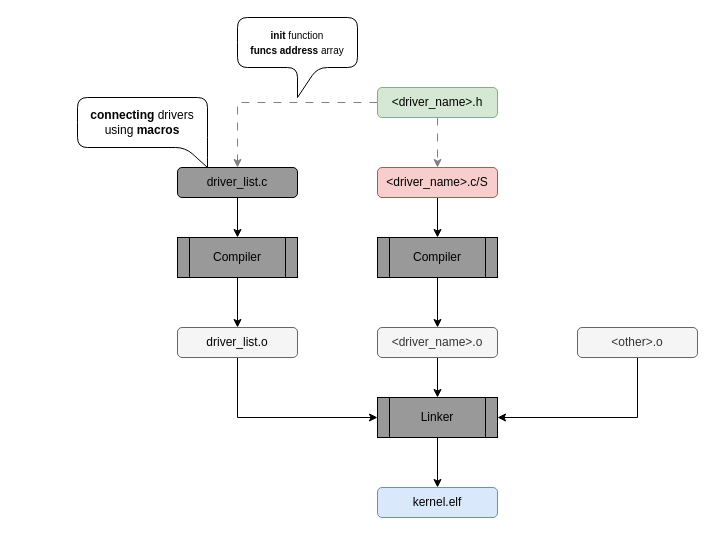
This is docs/drivers/driver_connect.drawio from Osssy010101/kosmos, a draw.io file, before an edit. Source tidied: cells renumbered, new cells numbered last; positions are measured from the earlier drawing's top-left corner, leaving out a move shared by most shapes. Both pictures are drawn from the tidied source at 100%, with x=0, y=0 at pixel (77, 17).
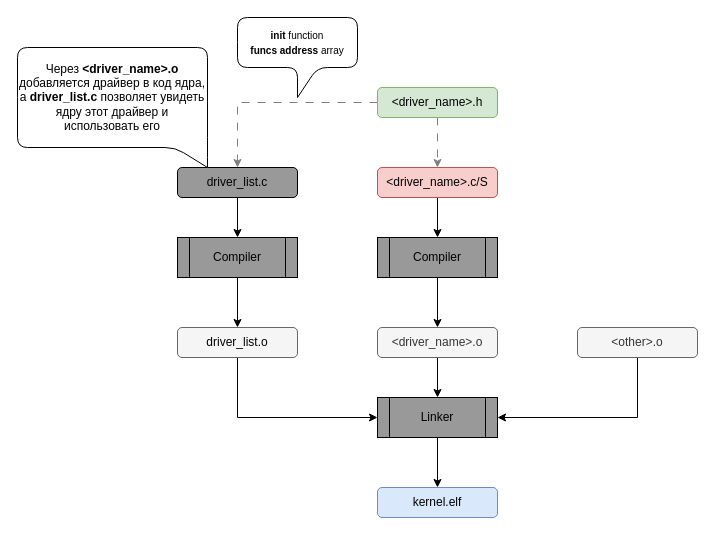
The same diagram, later.

Commit message (it also covers changes not shown here):
docs: добавлена структура, переименование pdf и изменение схемы

The edit, as a diff of the source:
```diff
@@
-    <mxCell id="23" value="&lt;b&gt;connecting&lt;/b&gt; drivers using &lt;b&gt;macros&lt;/b&gt;" style="shape=callout;whiteSpace=wrap;html=1;perimeter=calloutPerimeter;rounded=1;shadow=0;position2=1;base=60;size=20;position=0.83;" parent="1" vertex="1">
-      <mxGeometry y="80" width="130" height="70" as="geometry" />
+    <mxCell id="23" value="Через &lt;b&gt;&amp;lt;driver_name&amp;gt;.o&lt;/b&gt; добавляется драйвер в код ядра, а &lt;b&gt;driver_list.c&lt;/b&gt; позволяет увидеть ядру этот драйвер и использовать его" style="shape=callout;whiteSpace=wrap;html=1;perimeter=calloutPerimeter;rounded=1;shadow=0;position2=1;base=60;size=20;position=0.83;" parent="1" vertex="1">
+      <mxGeometry x="-60" y="30" width="190" height="120" as="geometry" />
     </mxCell>
```
